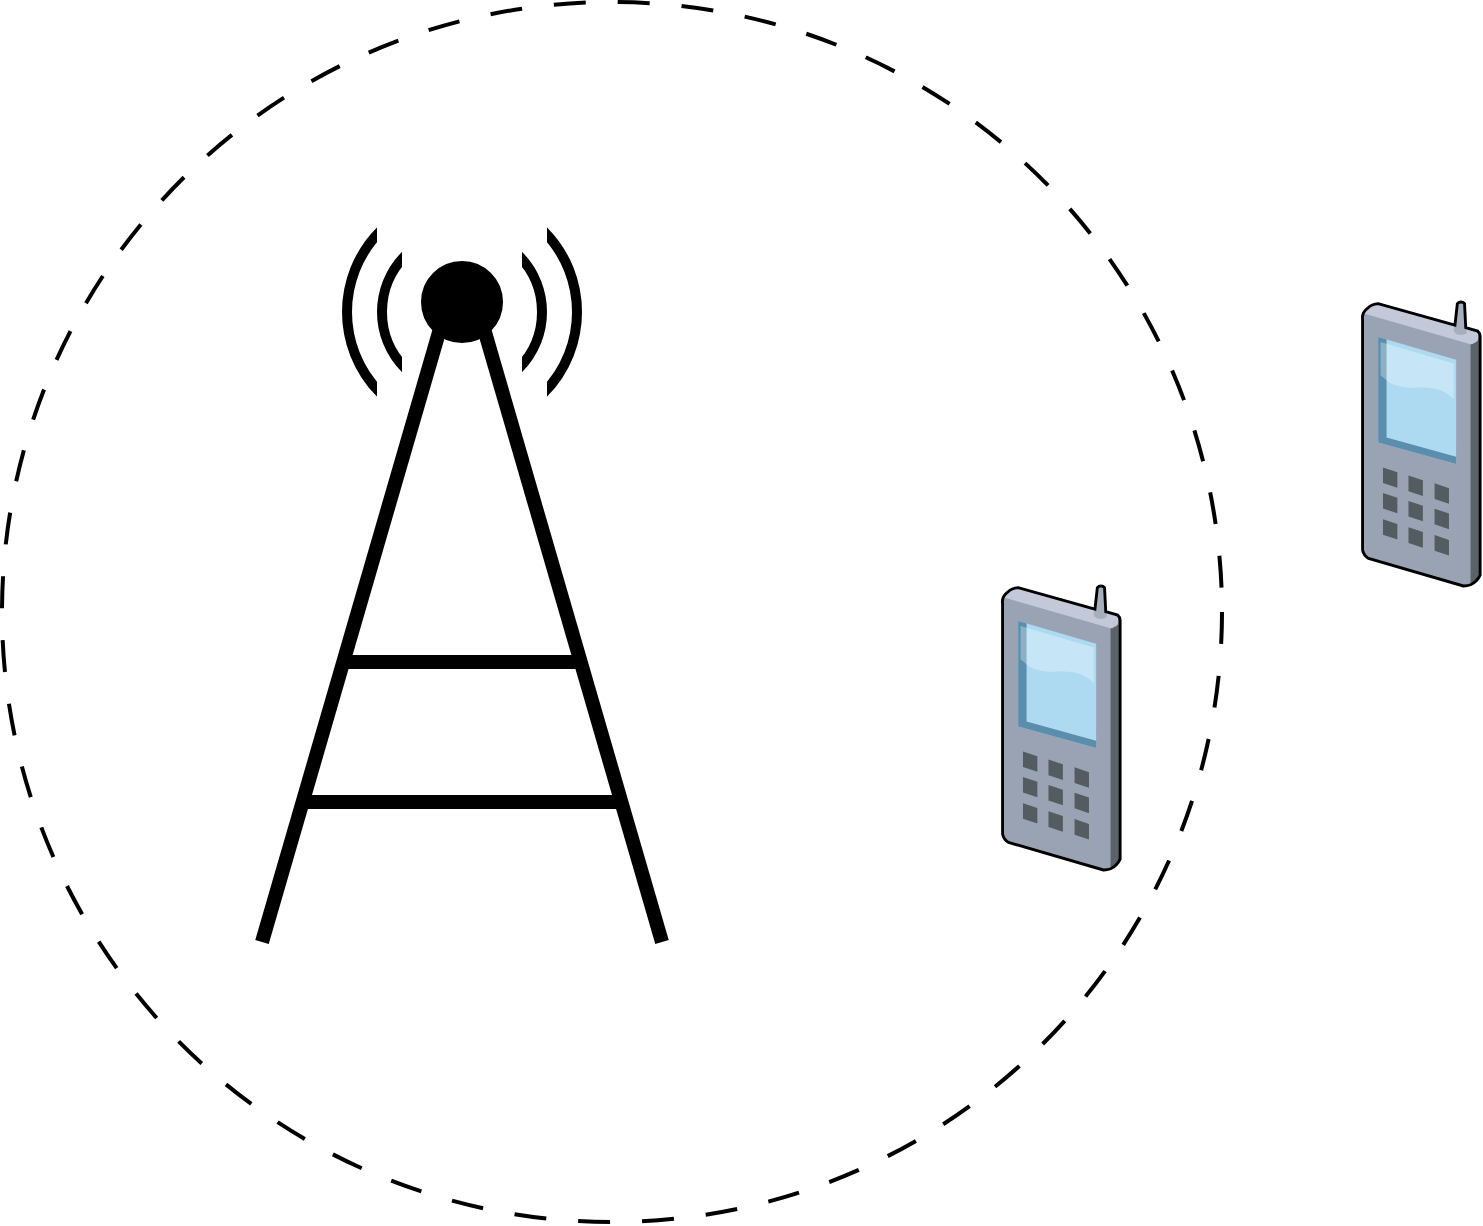
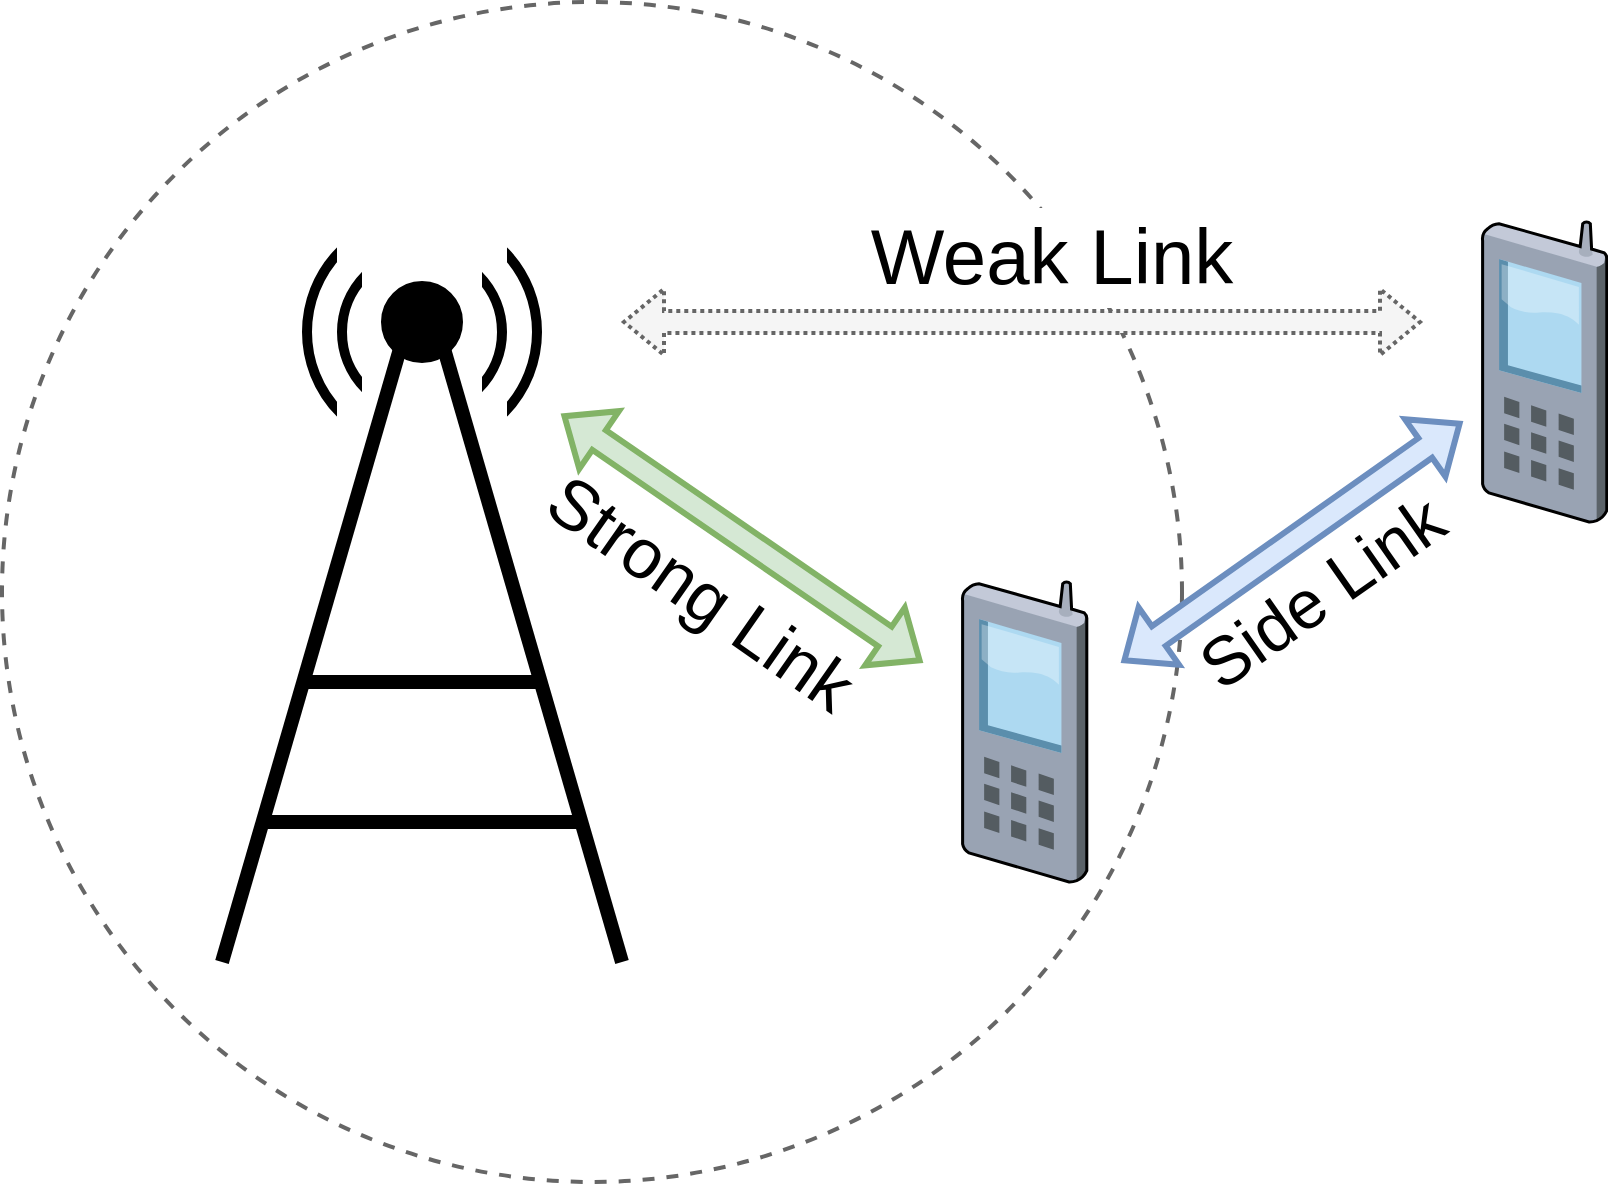
<mxfile host="app.diagrams.net" agent="Mozilla/5.0 (X11; Linux x86_64) AppleWebKit/537.36 (KHTML, like Gecko) Chrome/134.0.0.0 Safari/537.36" version="26.2.7">
  <diagram name="Page-1" id="-uwalU-gOkYBw5ut_4Op">
-     <mxGraphModel dx="2796" dy="1084" grid="1" gridSize="10" guides="1" tooltips="1" connect="1" arrows="1" fold="1" page="1" pageScale="1" pageWidth="850" pageHeight="1100" math="0" shadow="0">
+     <mxGraphModel dx="1362" dy="1859" grid="1" gridSize="10" guides="1" tooltips="1" connect="1" arrows="1" fold="1" page="1" pageScale="1" pageWidth="850" pageHeight="1100" math="0" shadow="0">
      <root>
        <mxCell id="0" />
        <mxCell id="1" parent="0" />
-         <mxCell id="tKKFt0F89F9XqecX8rig-5" value="" style="verticalLabelPosition=bottom;sketch=0;aspect=fixed;html=1;verticalAlign=top;strokeColor=none;align=center;outlineConnect=0;shape=mxgraph.citrix.cell_phone;" vertex="1" parent="1">
-           <mxGeometry x="670" y="160" width="59.17" height="142" as="geometry" />
+         <mxCell id="tKKFt0F89F9XqecX8rig-29" value="" style="ellipse;whiteSpace=wrap;html=1;aspect=fixed;fillColor=none;dashed=1;strokeWidth=2;fontColor=#333333;strokeColor=#666666;" vertex="1" parent="1">
+           <mxGeometry x="10" width="590" height="590" as="geometry" />
        </mxCell>
-         <mxCell id="tKKFt0F89F9XqecX8rig-21" value="" style="ellipse;whiteSpace=wrap;html=1;aspect=fixed;fillColor=none;strokeWidth=5;" vertex="1" parent="1">
-           <mxGeometry x="162.5" y="107.5" width="115" height="115" as="geometry" />
+         <mxCell id="tKKFt0F89F9XqecX8rig-32" value="" style="group" vertex="1" connectable="0" parent="1">
+           <mxGeometry x="120" y="72.5" width="200" height="407.5" as="geometry" />
        </mxCell>
-         <mxCell id="tKKFt0F89F9XqecX8rig-26" value="" style="rounded=0;whiteSpace=wrap;html=1;strokeColor=none;" vertex="1" parent="1">
-           <mxGeometry x="177.5" y="72.5" width="85" height="185" as="geometry" />
+         <mxCell id="tKKFt0F89F9XqecX8rig-21" value="" style="ellipse;whiteSpace=wrap;html=1;aspect=fixed;fillColor=none;strokeWidth=5;" vertex="1" parent="tKKFt0F89F9XqecX8rig-32">
+           <mxGeometry x="42.5" y="35" width="115" height="115" as="geometry" />
        </mxCell>
-         <mxCell id="tKKFt0F89F9XqecX8rig-19" value="" style="ellipse;whiteSpace=wrap;html=1;aspect=fixed;fillColor=none;strokeWidth=5;" vertex="1" parent="1">
-           <mxGeometry x="180" y="125" width="80" height="80" as="geometry" />
+         <mxCell id="tKKFt0F89F9XqecX8rig-26" value="" style="rounded=0;whiteSpace=wrap;html=1;strokeColor=none;" vertex="1" parent="tKKFt0F89F9XqecX8rig-32">
+           <mxGeometry x="57.5" width="85" height="185" as="geometry" />
        </mxCell>
-         <mxCell id="tKKFt0F89F9XqecX8rig-20" value="" style="rounded=0;whiteSpace=wrap;html=1;strokeColor=none;" vertex="1" parent="1">
-           <mxGeometry x="190" y="85" width="60" height="150" as="geometry" />
+         <mxCell id="tKKFt0F89F9XqecX8rig-19" value="" style="ellipse;whiteSpace=wrap;html=1;aspect=fixed;fillColor=none;strokeWidth=5;" vertex="1" parent="tKKFt0F89F9XqecX8rig-32">
+           <mxGeometry x="60" y="52.5" width="80" height="80" as="geometry" />
        </mxCell>
-         <mxCell id="tKKFt0F89F9XqecX8rig-16" value="" style="endArrow=none;html=1;rounded=0;strokeWidth=7;" edge="1" parent="1">
+         <mxCell id="tKKFt0F89F9XqecX8rig-20" value="" style="rounded=0;whiteSpace=wrap;html=1;strokeColor=none;" vertex="1" parent="tKKFt0F89F9XqecX8rig-32">
+           <mxGeometry x="70" y="12.5" width="60" height="150" as="geometry" />
+         </mxCell>
+         <mxCell id="tKKFt0F89F9XqecX8rig-16" value="" style="endArrow=none;html=1;rounded=0;strokeWidth=7;" edge="1" parent="tKKFt0F89F9XqecX8rig-32">
          <mxGeometry width="50" height="50" relative="1" as="geometry">
-             <mxPoint x="160" y="340" as="sourcePoint" />
-             <mxPoint x="280" y="340" as="targetPoint" />
+             <mxPoint x="40" y="267.5" as="sourcePoint" />
+             <mxPoint x="160" y="267.5" as="targetPoint" />
          </mxGeometry>
        </mxCell>
-         <mxCell id="tKKFt0F89F9XqecX8rig-18" value="" style="endArrow=none;html=1;rounded=0;strokeWidth=7;" edge="1" parent="1">
+         <mxCell id="tKKFt0F89F9XqecX8rig-18" value="" style="endArrow=none;html=1;rounded=0;strokeWidth=7;" edge="1" parent="tKKFt0F89F9XqecX8rig-32">
          <mxGeometry width="50" height="50" relative="1" as="geometry">
-             <mxPoint x="140" y="410" as="sourcePoint" />
-             <mxPoint x="300" y="410" as="targetPoint" />
+             <mxPoint x="20" y="337.5" as="sourcePoint" />
+             <mxPoint x="180" y="337.5" as="targetPoint" />
          </mxGeometry>
        </mxCell>
-         <mxCell id="tKKFt0F89F9XqecX8rig-17" value="" style="ellipse;whiteSpace=wrap;html=1;aspect=fixed;fillColor=#000000;" vertex="1" parent="1">
-           <mxGeometry x="200" y="140" width="40" height="40" as="geometry" />
+         <mxCell id="tKKFt0F89F9XqecX8rig-17" value="" style="ellipse;whiteSpace=wrap;html=1;aspect=fixed;fillColor=#000000;" vertex="1" parent="tKKFt0F89F9XqecX8rig-32">
+           <mxGeometry x="80" y="67.5" width="40" height="40" as="geometry" />
        </mxCell>
-         <mxCell id="tKKFt0F89F9XqecX8rig-15" value="" style="endArrow=none;html=1;rounded=0;strokeWidth=7;" edge="1" parent="1">
+         <mxCell id="tKKFt0F89F9XqecX8rig-15" value="" style="endArrow=none;html=1;rounded=0;strokeWidth=7;" edge="1" parent="tKKFt0F89F9XqecX8rig-32">
          <mxGeometry width="50" height="50" relative="1" as="geometry">
-             <mxPoint x="320" y="480" as="sourcePoint" />
-             <mxPoint x="230" y="170" as="targetPoint" />
+             <mxPoint x="200" y="407.5" as="sourcePoint" />
+             <mxPoint x="110" y="97.5" as="targetPoint" />
          </mxGeometry>
        </mxCell>
-         <mxCell id="tKKFt0F89F9XqecX8rig-14" value="" style="endArrow=none;html=1;rounded=0;strokeWidth=7;" edge="1" parent="1">
+         <mxCell id="tKKFt0F89F9XqecX8rig-14" value="" style="endArrow=none;html=1;rounded=0;strokeWidth=7;" edge="1" parent="tKKFt0F89F9XqecX8rig-32">
          <mxGeometry width="50" height="50" relative="1" as="geometry">
-             <mxPoint x="120" y="480" as="sourcePoint" />
-             <mxPoint x="210" y="170" as="targetPoint" />
+             <mxPoint y="407.5" as="sourcePoint" />
+             <mxPoint x="90" y="97.5" as="targetPoint" />
          </mxGeometry>
        </mxCell>
-         <mxCell id="tKKFt0F89F9XqecX8rig-29" value="" style="ellipse;whiteSpace=wrap;html=1;aspect=fixed;fillColor=none;dashed=1;dashPattern=8 8;strokeWidth=2;" vertex="1" parent="1">
-           <mxGeometry x="-10" y="10" width="610" height="610" as="geometry" />
+         <mxCell id="tKKFt0F89F9XqecX8rig-33" value="" style="endArrow=classic;startArrow=classic;html=1;rounded=0;strokeWidth=3;shape=flexArrow;fillColor=#d5e8d4;strokeColor=#82b366;" edge="1" parent="1">
+           <mxGeometry width="50" height="50" relative="1" as="geometry">
+             <mxPoint x="290" y="206.25" as="sourcePoint" />
+             <mxPoint x="470" y="330" as="targetPoint" />
+           </mxGeometry>
        </mxCell>
-         <mxCell id="tKKFt0F89F9XqecX8rig-30" value="" style="verticalLabelPosition=bottom;sketch=0;aspect=fixed;html=1;verticalAlign=top;strokeColor=none;align=center;outlineConnect=0;shape=mxgraph.citrix.cell_phone;" vertex="1" parent="1">
-           <mxGeometry x="490" y="302" width="59.17" height="142" as="geometry" />
+         <mxCell id="tKKFt0F89F9XqecX8rig-34" value="" style="endArrow=classic;startArrow=classic;html=1;rounded=0;strokeWidth=3;shape=flexArrow;fillColor=#dae8fc;strokeColor=#6c8ebf;" edge="1" parent="1">
+           <mxGeometry width="50" height="50" relative="1" as="geometry">
+             <mxPoint x="570" y="330" as="sourcePoint" />
+             <mxPoint x="740" y="210" as="targetPoint" />
+           </mxGeometry>
+         </mxCell>
+         <mxCell id="tKKFt0F89F9XqecX8rig-36" value="" style="endArrow=classic;startArrow=classic;html=1;rounded=0;strokeWidth=2;shape=flexArrow;dashed=1;dashPattern=1 1;fillColor=#f5f5f5;strokeColor=#666666;" edge="1" parent="1">
+           <mxGeometry width="50" height="50" relative="1" as="geometry">
+             <mxPoint x="320" y="160" as="sourcePoint" />
+             <mxPoint x="720" y="160" as="targetPoint" />
+           </mxGeometry>
+         </mxCell>
+         <mxCell id="tKKFt0F89F9XqecX8rig-39" value="&lt;font style=&quot;font-size: 39px;&quot;&gt;Weak Link&lt;/font&gt;" style="text;html=1;align=center;verticalAlign=middle;whiteSpace=wrap;rounded=0;fillColor=default;" vertex="1" parent="1">
+           <mxGeometry x="425" y="103" width="220" height="50" as="geometry" />
+         </mxCell>
+         <mxCell id="tKKFt0F89F9XqecX8rig-40" value="&lt;font style=&quot;font-size: 35px;&quot;&gt;Strong Link&lt;/font&gt;" style="text;html=1;align=center;verticalAlign=middle;whiteSpace=wrap;rounded=0;rotation=35;" vertex="1" parent="1">
+           <mxGeometry x="270" y="280" width="180" height="30" as="geometry" />
+         </mxCell>
+         <mxCell id="tKKFt0F89F9XqecX8rig-41" value="&lt;font style=&quot;font-size: 34px;&quot;&gt;Side Link&lt;/font&gt;" style="text;html=1;align=center;verticalAlign=middle;whiteSpace=wrap;rounded=0;rotation=-35;" vertex="1" parent="1">
+           <mxGeometry x="570" y="280" width="200" height="30" as="geometry" />
+         </mxCell>
+         <mxCell id="tKKFt0F89F9XqecX8rig-44" value="" style="verticalLabelPosition=bottom;sketch=0;aspect=fixed;html=1;verticalAlign=top;strokeColor=none;align=center;outlineConnect=0;shape=mxgraph.citrix.cell_phone;" vertex="1" parent="1">
+           <mxGeometry x="490" y="290" width="62.5" height="150" as="geometry" />
+         </mxCell>
+         <mxCell id="tKKFt0F89F9XqecX8rig-45" value="" style="verticalLabelPosition=bottom;sketch=0;aspect=fixed;html=1;verticalAlign=top;strokeColor=none;align=center;outlineConnect=0;shape=mxgraph.citrix.cell_phone;" vertex="1" parent="1">
+           <mxGeometry x="750" y="110" width="62.5" height="150" as="geometry" />
        </mxCell>
      </root>
    </mxGraphModel>
  </diagram>
</mxfile>
